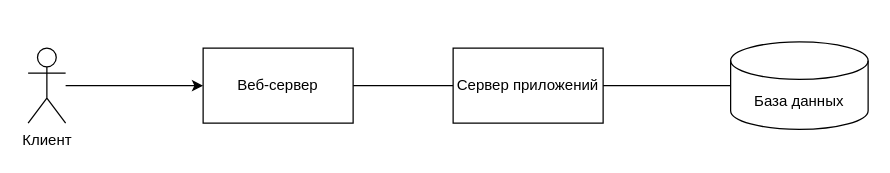
The draw.io diagram page "Component Diagram" (1 of 2) of diagrams/2-achievement-Maraev.drawio in flensimdotcore/hse-class-dcs-2025, before the edit. Source tidied: cells renumbered, new cells numbered last; positions are measured from the earlier drawing's top-left corner, leaving out a move shared by most shapes. Both pictures are drawn from the tidied source at 125%, with x=0, y=0 at pixel (28, 41).
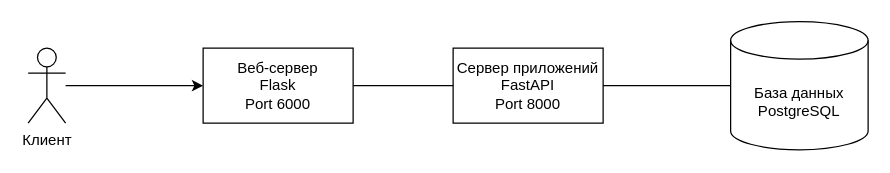
The same page after the edit.

What changed in the source:
```diff
@@
 <mxGraphModel>
   <root>
     <mxCell id="0" />
     <mxCell id="1" parent="0" />
     <mxCell id="2" style="edgeStyle=orthogonalEdgeStyle;rounded=0;jettySize=auto;html=1;entryX=0;entryY=0.5;entryDx=0;entryDy=0;endArrow=none;startFill=0;" parent="1" edge="1" source="3" target="4">
       <mxGeometry relative="1" as="geometry" />
     </mxCell>
-    <mxCell id="3" value="Веб-сервер" style="rounded=0;whiteSpace=wrap;html=1;" parent="1" vertex="1">
+    <mxCell id="3" value="Веб-сервер&lt;div&gt;Flask&lt;/div&gt;&lt;div&gt;Port 6000&lt;/div&gt;" style="rounded=0;whiteSpace=wrap;html=1;" parent="1" vertex="1">
       <mxGeometry x="140" y="5" width="120" height="60" as="geometry" />
     </mxCell>
-    <mxCell id="4" value="Сервер приложений" style="rounded=0;whiteSpace=wrap;html=1;" parent="1" vertex="1">
+    <mxCell id="4" value="Сервер приложений&lt;div&gt;FastAPI&lt;/div&gt;&lt;div&gt;Port 8000&lt;/div&gt;" style="rounded=0;whiteSpace=wrap;html=1;" parent="1" vertex="1">
       <mxGeometry x="340" y="5" width="120" height="60" as="geometry" />
     </mxCell>
-    <mxCell id="5" value="База данных" style="shape=cylinder3;whiteSpace=wrap;html=1;boundedLbl=1;backgroundOutline=1;size=15;" parent="1" vertex="1">
-      <mxGeometry x="562" width="110" height="70" as="geometry" />
+    <mxCell id="5" value="База данных&lt;div&gt;PostgreSQL&lt;/div&gt;" style="shape=cylinder3;whiteSpace=wrap;html=1;boundedLbl=1;backgroundOutline=1;size=15;" parent="1" vertex="1">
+      <mxGeometry x="562" y="-16.2" width="110" height="102.5" as="geometry" />
     </mxCell>
     <mxCell id="6" style="edgeStyle=orthogonalEdgeStyle;rounded=0;jettySize=auto;html=1;entryX=0;entryY=0.5;entryDx=0;entryDy=0;entryPerimeter=0;endArrow=none;startFill=0;" parent="1" edge="1" source="4" target="5">
       <mxGeometry relative="1" as="geometry" />
     </mxCell>
     <mxCell id="7" style="edgeStyle=orthogonalEdgeStyle;rounded=0;jettySize=auto;html=1;entryX=0;entryY=0.5;entryDx=0;entryDy=0;" parent="1" edge="1" source="8" target="3">
       <mxGeometry relative="1" as="geometry" />
     </mxCell>
     <mxCell id="8" value="Клиент" style="shape=umlActor;verticalLabelPosition=bottom;verticalAlign=top;html=1;outlineConnect=0;" parent="1" vertex="1">
       <mxGeometry y="5" width="30" height="60" as="geometry" />
     </mxCell>
   </root>
 </mxGraphModel>
```
